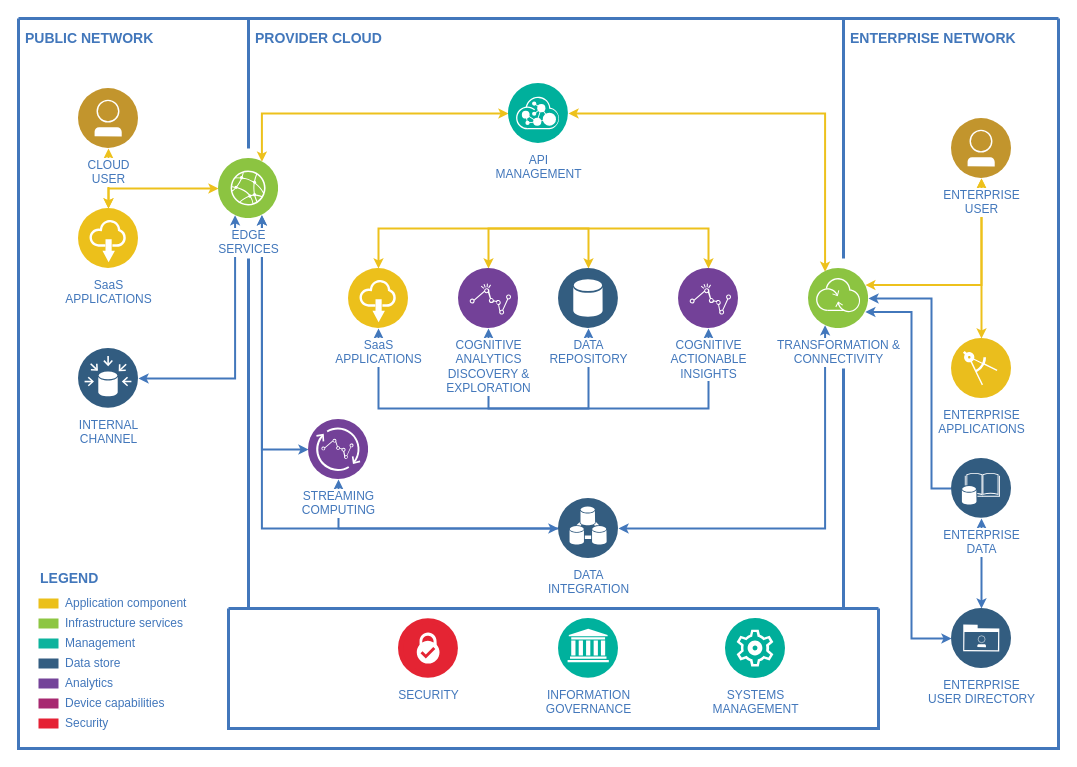
Before: craft/Untitled Diagram.drawio in feihu618/drawio, a draw.io diagram. Source tidied: cells renumbered, new cells numbered last; positions are measured from the earlier drawing's top-left corner, leaving out a move shared by most shapes. Both pictures are drawn from the tidied source at 100%, with x=0, y=0 at pixel (18, 18).
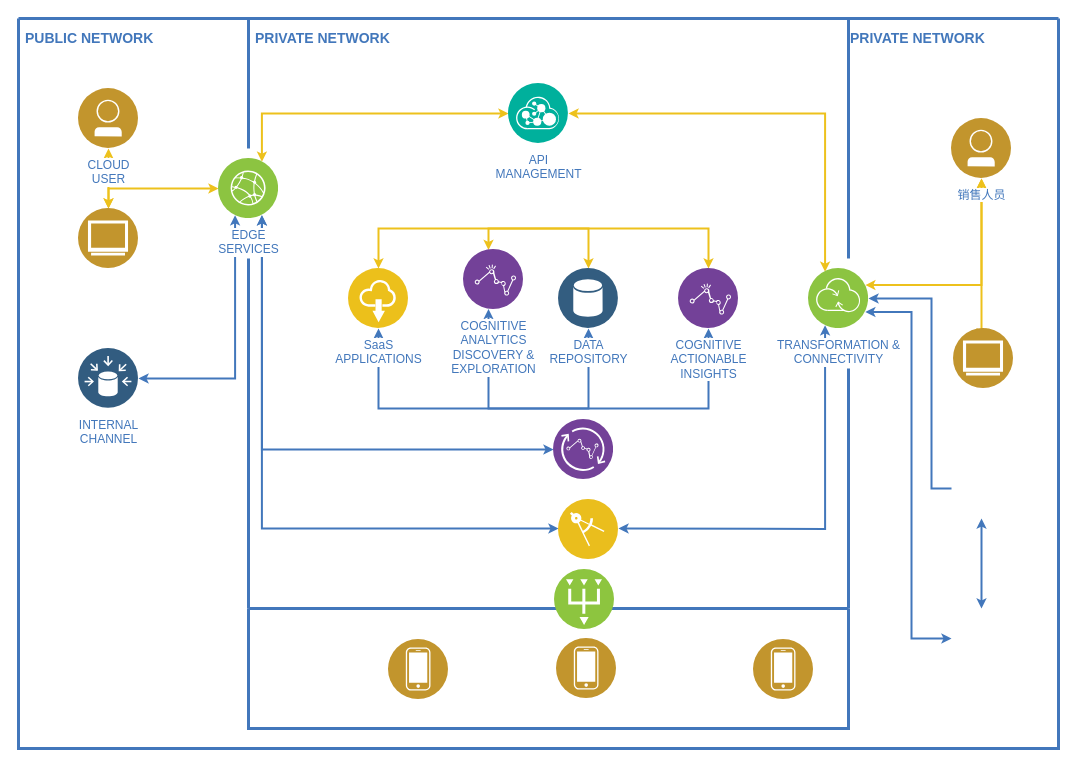
The same diagram, later.

Unchanged cells that the change refers to:
```xml
<mxCell id="2" style="swimlane;shadow=0;strokeColor=#4277BB;fillColor=#ffffff;fontColor=none;align=right;startSize=0;noLabel=1;strokeWidth=3;" parent="1" vertex="1">
  <mxGeometry width="1040" height="730" as="geometry" />
</mxCell>
<mxCell id="20" value="CLOUD&lt;div&gt;USER&lt;/div&gt;" style="perimeter=ellipsePerimeter;html=1;align=center;shadow=0;dashed=0;image;image=img/lib/ibm/users/user.svg;strokeColor=#FF0000;fillColor=#FFFF66;gradientColor=none;fontColor=#4277BB;labelBackgroundColor=#ffffff;fontSize=12;spacingTop=3;" parent="2" vertex="1">
  <mxGeometry x="60" y="70" width="60" height="60" as="geometry" />
</mxCell>
<mxCell id="24" value="EDGE&lt;div&gt;SERVICES&lt;/div&gt;" style="perimeter=ellipsePerimeter;html=1;align=center;shadow=0;dashed=0;image;image=img/lib/ibm/infrastructure/edge_services.svg;strokeColor=#FF0000;fillColor=#FFFF66;gradientColor=none;fontColor=#4277BB;labelBackgroundColor=#ffffff;spacingTop=3;" parent="2" vertex="1">
  <mxGeometry x="200" y="140" width="60" height="60" as="geometry" />
</mxCell>
<mxCell id="32" value="TRANSFORMATION &amp;amp;&lt;div&gt;CONNECTIVITY&lt;/div&gt;" style="perimeter=ellipsePerimeter;html=1;align=center;shadow=0;dashed=0;image;image=img/lib/ibm/infrastructure/transformation_connectivity.svg;strokeColor=#FF0000;fillColor=#FFFF66;gradientColor=none;fontColor=#4277BB;labelBackgroundColor=#ffffff;spacingTop=3;" parent="2" vertex="1">
  <mxGeometry x="790" y="250" width="60" height="60" as="geometry" />
</mxCell>
```

Diff of the diagram source:
```diff
@@
-    <mxCell id="3" style="edgeStyle=orthogonalEdgeStyle;rounded=0;html=1;labelBackgroundColor=#ffffff;jettySize=auto;strokeColor=#EDC11C;fontColor=#000000;startArrow=classic;startFill=1;strokeWidth=2;endSize=4;startSize=4;" parent="2" edge="1" source="20" target="22">
-      <mxGeometry relative="1" as="geometry" />
+    <mxCell id="3" style="edgeStyle=orthogonalEdgeStyle;rounded=0;html=1;labelBackgroundColor=#ffffff;jettySize=auto;strokeColor=#EDC11C;fontColor=#000000;startArrow=classic;startFill=1;strokeWidth=2;endSize=4;startSize=4;" parent="2" edge="1" source="20">
+      <mxGeometry relative="1" as="geometry">
+        <mxPoint x="90" y="190" as="targetPoint" />
+      </mxGeometry>
     </mxCell>
@@
-    <mxCell id="12" style="edgeStyle=orthogonalEdgeStyle;rounded=0;html=1;labelBackgroundColor=#ffffff;jettySize=auto;strokeColor=#4277BB;fontColor=#000000;entryX=0.75;entryY=1;strokeWidth=2;endSize=4;startSize=4;startArrow=classic;startFill=1;" parent="2" edge="1" source="31" target="24">
+    <mxCell id="12" style="edgeStyle=orthogonalEdgeStyle;rounded=0;html=1;labelBackgroundColor=#ffffff;jettySize=auto;strokeColor=#4277BB;fontColor=#000000;entryX=0.75;entryY=1;strokeWidth=2;endSize=4;startSize=4;startArrow=classic;startFill=1;" parent="2" edge="1" target="24">
       <mxGeometry relative="1" as="geometry">
+        <mxPoint x="540" y="510" as="sourcePoint" />
         <Array as="points">
           <mxPoint x="243" y="510" />
         </Array>
       </mxGeometry>
     </mxCell>
-    <mxCell id="13" style="edgeStyle=orthogonalEdgeStyle;rounded=0;html=1;entryX=0.25;entryY=1;labelBackgroundColor=#ffffff;jettySize=auto;strokeColor=#4277BB;fontColor=#000000;strokeWidth=2;endSize=4;startSize=4;startArrow=classic;startFill=1;" parent="2" edge="1" source="31" target="32">
-      <mxGeometry relative="1" as="geometry" />
+    <mxCell id="13" style="edgeStyle=orthogonalEdgeStyle;rounded=0;html=1;entryX=0.25;entryY=1;labelBackgroundColor=#ffffff;jettySize=auto;strokeColor=#4277BB;fontColor=#000000;strokeWidth=2;endSize=4;startSize=4;startArrow=classic;startFill=1;" parent="2" edge="1" target="32">
+      <mxGeometry relative="1" as="geometry">
+        <mxPoint x="600" y="510" as="sourcePoint" />
+      </mxGeometry>
     </mxCell>
-    <mxCell id="14" style="edgeStyle=orthogonalEdgeStyle;rounded=0;html=1;labelBackgroundColor=#ffffff;jettySize=auto;strokeColor=#EDC11C;fontColor=#000000;startArrow=classic;strokeWidth=2;endSize=4;startSize=4;" parent="2" edge="1" source="33" target="34">
-      <mxGeometry relative="1" as="geometry" />
+    <mxCell id="14" style="edgeStyle=orthogonalEdgeStyle;rounded=0;html=1;labelBackgroundColor=#ffffff;jettySize=auto;strokeColor=#EDC11C;fontColor=#000000;startArrow=classic;strokeWidth=2;endSize=4;startSize=4;" parent="2" edge="1" source="33">
+      <mxGeometry relative="1" as="geometry">
+        <mxPoint x="963" y="320" as="targetPoint" />
+      </mxGeometry>
     </mxCell>
@@
-    <mxCell id="16" style="edgeStyle=orthogonalEdgeStyle;rounded=0;html=1;entryX=1;entryY=0.5;labelBackgroundColor=#ffffff;jettySize=auto;strokeColor=#4277BB;fontColor=#000000;strokeWidth=2;endSize=4;startSize=4;" parent="2" edge="1" source="35" target="32">
+    <mxCell id="16" style="edgeStyle=orthogonalEdgeStyle;rounded=0;html=1;entryX=1;entryY=0.5;labelBackgroundColor=#ffffff;jettySize=auto;strokeColor=#4277BB;fontColor=#000000;strokeWidth=2;endSize=4;startSize=4;" parent="2" edge="1" target="32">
       <mxGeometry relative="1" as="geometry">
+        <mxPoint x="933" y="470" as="sourcePoint" />
         <Array as="points">
           <mxPoint x="913" y="470" />
           <mxPoint x="913" y="280" />
         </Array>
       </mxGeometry>
     </mxCell>
-    <mxCell id="17" style="edgeStyle=orthogonalEdgeStyle;rounded=0;html=1;labelBackgroundColor=#ffffff;jettySize=auto;strokeColor=#4277BB;fontColor=#000000;strokeWidth=2;endSize=4;startSize=4;startArrow=classic;startFill=1;" parent="2" edge="1" source="35" target="36">
-      <mxGeometry relative="1" as="geometry" />
+    <mxCell id="17" style="edgeStyle=orthogonalEdgeStyle;rounded=0;html=1;labelBackgroundColor=#ffffff;jettySize=auto;orthogonalLoop=1;strokeColor=#4277BB;fontColor=#000000;strokeWidth=2;endSize=4;startSize=4;startArrow=classic;startFill=1;" parent="2" edge="1">
+      <mxGeometry relative="1" as="geometry">
+        <mxPoint x="963" y="500" as="sourcePoint" />
+        <mxPoint x="963" y="590" as="targetPoint" />
+      </mxGeometry>
     </mxCell>
-    <mxCell id="18" style="edgeStyle=orthogonalEdgeStyle;rounded=0;html=1;entryX=1;entryY=0.75;labelBackgroundColor=#ffffff;jettySize=auto;strokeColor=#4277BB;fontColor=#000000;strokeWidth=2;endSize=4;startSize=4;startArrow=classic;startFill=1;" parent="2" edge="1" source="36" target="32">
+    <mxCell id="18" style="edgeStyle=orthogonalEdgeStyle;rounded=0;html=1;entryX=1;entryY=0.75;labelBackgroundColor=#ffffff;jettySize=auto;strokeColor=#4277BB;fontColor=#000000;strokeWidth=2;endSize=4;startSize=4;startArrow=classic;startFill=1;" parent="2" edge="1" target="32">
       <mxGeometry relative="1" as="geometry">
+        <mxPoint x="933" y="620" as="sourcePoint" />
         <Array as="points">
           <mxPoint x="893" y="620" />
           <mxPoint x="893" y="293" />
         </Array>
       </mxGeometry>
     </mxCell>
-    <mxCell id="19" style="edgeStyle=orthogonalEdgeStyle;rounded=0;html=1;labelBackgroundColor=#ffffff;jettySize=auto;strokeColor=#4277BB;fontSize=12;fontColor=#4277BB;strokeWidth=2;endSize=4;startSize=4;" parent="2" edge="1" source="31" target="30">
-      <mxGeometry relative="1" as="geometry" />
-    </mxCell>
@@
-    <mxCell id="21" style="edgeStyle=orthogonalEdgeStyle;rounded=0;html=1;labelBackgroundColor=#ffffff;startArrow=classic;startFill=1;startSize=4;endSize=4;jettySize=auto;strokeColor=#EDC11C;strokeWidth=2;fontSize=12;fontColor=#4277BB;" parent="2" edge="1" source="22" target="24">
+    <mxCell id="21" style="edgeStyle=orthogonalEdgeStyle;rounded=0;html=1;labelBackgroundColor=#ffffff;startArrow=classic;startFill=1;startSize=4;endSize=4;jettySize=auto;strokeColor=#EDC11C;strokeWidth=2;fontSize=12;fontColor=#4277BB;" parent="2" edge="1" target="24">
       <mxGeometry relative="1" as="geometry">
+        <mxPoint x="90" y="190" as="sourcePoint" />
         <Array as="points">
           <mxPoint x="90" y="170" />
         </Array>
       </mxGeometry>
     </mxCell>
-    <mxCell id="22" value="SaaS&lt;div&gt;APPLICATIONS&lt;/div&gt;" style="perimeter=ellipsePerimeter;html=1;align=center;shadow=0;dashed=0;image;image=img/lib/ibm/applications/saas_applications.svg;strokeColor=#FF0000;fillColor=#FFFF66;gradientColor=none;fontColor=#4277BB;labelBackgroundColor=#ffffff;spacingTop=3;" parent="2" vertex="1">
-      <mxGeometry x="60" y="190" width="60" height="60" as="geometry" />
-    </mxCell>
@@
     <mxCell id="27" value="COGNITIVE&lt;div&gt;ANALYTICS&lt;/div&gt;&lt;div&gt;DISCOVERY &amp;amp;&lt;/div&gt;&lt;div&gt;EXPLORATION&lt;/div&gt;" style="perimeter=ellipsePerimeter;html=1;align=center;shadow=0;dashed=0;image;image=img/lib/ibm/analytics/analytics.svg;strokeColor=#FF0000;fillColor=#FFFF66;gradientColor=none;fontColor=#4277BB;labelBackgroundColor=#ffffff;spacingTop=3;" parent="2" vertex="1">
-      <mxGeometry x="440" y="250" width="60" height="60" as="geometry" />
+      <mxGeometry x="445" y="231" width="60" height="60" as="geometry" />
     </mxCell>
@@
-    <mxCell id="30" value="STREAMING&lt;div&gt;COMPUTING&lt;/div&gt;" style="perimeter=ellipsePerimeter;html=1;align=center;shadow=0;dashed=0;image;image=img/lib/ibm/analytics/streaming_computing.svg;strokeColor=#FF0000;fillColor=#FFFF66;gradientColor=none;fontColor=#4277BB;labelBackgroundColor=#ffffff;spacingTop=3;" parent="2" vertex="1">
-      <mxGeometry x="290" y="401" width="60" height="60" as="geometry" />
+    <mxCell id="30" style="perimeter=ellipsePerimeter;html=1;align=center;shadow=0;dashed=0;image;image=img/lib/ibm/analytics/streaming_computing.svg;strokeColor=#FF0000;fillColor=#FFFF66;gradientColor=none;fontColor=#4277BB;labelBackgroundColor=#ffffff;spacingTop=3;" parent="2" vertex="1">
+      <mxGeometry x="535" y="401" width="60" height="60" as="geometry" />
     </mxCell>
-    <mxCell id="31" value="DATA&lt;div&gt;INTEGRATION&lt;/div&gt;" style="perimeter=ellipsePerimeter;html=1;align=center;shadow=0;dashed=0;image;image=img/lib/ibm/data/device_registry.svg;strokeColor=#FF0000;fillColor=#FFFF66;gradientColor=none;fontColor=#4277BB;labelBackgroundColor=#ffffff;spacingTop=3;" parent="2" vertex="1">
-      <mxGeometry x="540" y="480" width="60" height="60" as="geometry" />
-    </mxCell>
@@
-    <mxCell id="33" value="ENTERPRISE&lt;div&gt;USER&lt;/div&gt;" style="perimeter=ellipsePerimeter;html=1;align=center;shadow=0;dashed=0;image;image=img/lib/ibm/users/user.svg;strokeColor=#FF0000;fillColor=#FFFF66;gradientColor=none;fontColor=#4277BB;labelBackgroundColor=#ffffff;spacingTop=3;" parent="2" vertex="1">
+    <mxCell id="33" value="销售人员" style="perimeter=ellipsePerimeter;html=1;align=center;shadow=0;dashed=0;image;image=img/lib/ibm/users/user.svg;strokeColor=#FF0000;fillColor=#FFFF66;gradientColor=none;fontColor=#4277BB;labelBackgroundColor=#ffffff;spacingTop=3;" parent="2" vertex="1">
       <mxGeometry x="933" y="100" width="60" height="60" as="geometry" />
     </mxCell>
-    <mxCell id="34" value="ENTERPRISE&lt;div&gt;APPLICATIONS&lt;/div&gt;" style="perimeter=ellipsePerimeter;html=1;align=center;shadow=0;dashed=0;image;image=img/lib/ibm/applications/enterprise_applications.svg;strokeColor=#FF0000;fillColor=#FFFF66;gradientColor=none;fontColor=#4277BB;labelBackgroundColor=#ffffff;spacingTop=3;" parent="2" vertex="1">
-      <mxGeometry x="933" y="320" width="60" height="60" as="geometry" />
-    </mxCell>
-    <mxCell id="35" value="ENTERPRISE&lt;div&gt;DATA&lt;/div&gt;" style="perimeter=ellipsePerimeter;html=1;align=center;shadow=0;dashed=0;image;image=img/lib/ibm/data/enterprise_data.svg;strokeColor=#FF0000;fillColor=#FFFF66;gradientColor=none;fontColor=#4277BB;labelBackgroundColor=#ffffff;spacingTop=3;" parent="2" vertex="1">
-      <mxGeometry x="933" y="440" width="60" height="60" as="geometry" />
-    </mxCell>
-    <mxCell id="36" value="ENTERPRISE&lt;div&gt;USER DIRECTORY&lt;/div&gt;" style="perimeter=ellipsePerimeter;html=1;align=center;shadow=0;dashed=0;image;image=img/lib/ibm/data/enterprise_user_directory.svg;strokeColor=#FF0000;fillColor=#FFFF66;gradientColor=none;fontColor=#4277BB;labelBackgroundColor=#ffffff;spacingTop=3;" parent="2" vertex="1">
-      <mxGeometry x="933" y="590" width="60" height="60" as="geometry" />
-    </mxCell>
     <mxCell id="37" style="swimlane;shadow=0;labelBackgroundColor=#007FFF;strokeColor=#4277BB;fillColor=none;gradientColor=none;fontColor=#000000;align=right;startSize=0;strokeWidth=3;" parent="2" vertex="1">
-      <mxGeometry x="210" y="590" width="650" height="120" as="geometry" />
+      <mxGeometry x="230" y="590" width="600" height="120" as="geometry" />
     </mxCell>
-    <mxCell id="38" value="SECURITY" style="perimeter=ellipsePerimeter;html=1;align=center;shadow=0;dashed=0;image;image=img/lib/ibm/blockchain/certificate_authority.svg;strokeColor=#FF0000;fillColor=#FFFF66;gradientColor=none;fontColor=#4277BB;labelBackgroundColor=#ffffff;spacingTop=3;" parent="37" vertex="1">
-      <mxGeometry x="170" y="10" width="60" height="60" as="geometry" />
-    </mxCell>
-    <mxCell id="39" value="INFORMATION&lt;div&gt;GOVERNANCE&lt;/div&gt;" style="perimeter=ellipsePerimeter;html=1;align=center;shadow=0;dashed=0;image;image=img/lib/ibm/management/information_governance.svg;strokeColor=#FF0000;fillColor=#FFFF66;gradientColor=none;fontColor=#4277BB;labelBackgroundColor=#ffffff;spacingTop=3;" parent="37" vertex="1">
-      <mxGeometry x="330" y="10" width="60" height="60" as="geometry" />
-    </mxCell>
-    <mxCell id="40" value="SYSTEMS&lt;div&gt;MANAGEMENT&lt;/div&gt;" style="perimeter=ellipsePerimeter;html=1;align=center;shadow=0;dashed=0;image;image=img/lib/ibm/management/cluster_management.svg;strokeColor=#FF0000;fillColor=#FFFF66;gradientColor=none;fontColor=#4277BB;labelBackgroundColor=#ffffff;spacingTop=3;" parent="37" vertex="1">
-      <mxGeometry x="497" y="10" width="60" height="60" as="geometry" />
-    </mxCell>
+    <mxCell id="56" style="perimeter=ellipsePerimeter;html=1;align=center;shadow=0;dashed=0;fontColor=#4277BB;labelBackgroundColor=#ffffff;fontSize=12;spacingTop=3;image;image=img/lib/ibm/users/device.svg;" parent="37" vertex="1">
+      <mxGeometry x="140" y="31" width="60" height="60" as="geometry" />
+    </mxCell>
+    <mxCell id="57" style="perimeter=ellipsePerimeter;html=1;align=center;shadow=0;dashed=0;fontColor=#4277BB;labelBackgroundColor=#ffffff;fontSize=12;spacingTop=3;image;image=img/lib/ibm/users/device.svg;" parent="37" vertex="1">
+      <mxGeometry x="308" y="30" width="60" height="60" as="geometry" />
+    </mxCell>
+    <mxCell id="58" style="perimeter=ellipsePerimeter;html=1;align=center;shadow=0;dashed=0;fontColor=#4277BB;labelBackgroundColor=#ffffff;fontSize=12;spacingTop=3;image;image=img/lib/ibm/users/device.svg;" parent="37" vertex="1">
+      <mxGeometry x="505" y="31" width="60" height="60" as="geometry" />
+    </mxCell>
@@
     <mxCell id="44" style="line;strokeWidth=3;direction=south;html=1;shadow=0;labelBackgroundColor=none;fillColor=none;gradientColor=none;fontSize=12;fontColor=#4277BB;align=right;strokeColor=#4277BB;" parent="2" vertex="1">
-      <mxGeometry x="820" y="350" width="10" height="240" as="geometry" />
+      <mxGeometry x="825" y="350" width="10" height="240" as="geometry" />
     </mxCell>
     <mxCell id="45" style="line;strokeWidth=3;direction=south;html=1;shadow=0;labelBackgroundColor=none;fillColor=none;gradientColor=none;fontSize=12;fontColor=#4277BB;align=right;strokeColor=#4277BB;" parent="2" vertex="1">
-      <mxGeometry x="820" width="10" height="240" as="geometry" />
+      <mxGeometry x="825" width="10" height="240" as="geometry" />
     </mxCell>
-    <mxCell id="46" value="PROVIDER CLOUD" style="text;html=1;align=left;verticalAlign=middle;fontColor=#4277BB;shadow=0;dashed=0;strokeColor=none;fillColor=none;labelBackgroundColor=none;fontStyle=1;fontSize=14;spacingLeft=5;" parent="2" vertex="1">
+    <mxCell id="46" value="PRIVATE NETWORK" style="text;html=1;align=left;verticalAlign=middle;fontColor=#4277BB;shadow=0;dashed=0;strokeColor=none;fillColor=none;labelBackgroundColor=none;fontStyle=1;fontSize=14;spacingLeft=5;" parent="2" vertex="1">
       <mxGeometry x="230" y="10" width="150" height="20" as="geometry" />
     </mxCell>
-    <mxCell id="47" value="ENTERPRISE NETWORK" style="text;html=1;align=left;verticalAlign=middle;fontColor=#4277BB;shadow=0;dashed=0;strokeColor=none;fillColor=none;labelBackgroundColor=none;fontStyle=1;fontSize=14;spacingLeft=5;" parent="2" vertex="1">
+    <mxCell id="47" value="PRIVATE NETWORK" style="text;html=1;align=left;verticalAlign=middle;fontColor=#4277BB;shadow=0;dashed=0;strokeColor=none;fillColor=none;labelBackgroundColor=none;fontStyle=1;fontSize=14;spacingLeft=5;" parent="2" vertex="1">
       <mxGeometry x="825" y="10" width="185" height="20" as="geometry" />
     </mxCell>
-    <mxCell id="48" value="Application component" style="rounded=0;html=1;shadow=0;labelBackgroundColor=none;strokeColor=none;strokeWidth=2;fillColor=#EBC01A;gradientColor=none;fontSize=12;fontColor=#4277BB;align=left;labelPosition=right;verticalLabelPosition=middle;verticalAlign=middle;spacingLeft=5;" parent="2" vertex="1">
-      <mxGeometry x="20" y="580" width="20" height="10" as="geometry" />
-    </mxCell>
-    <mxCell id="49" value="Infrastructure services" style="rounded=0;html=1;shadow=0;labelBackgroundColor=none;strokeColor=none;strokeWidth=2;fillColor=#8DC642;gradientColor=none;fontSize=12;fontColor=#4277BB;align=left;labelPosition=right;verticalLabelPosition=middle;verticalAlign=middle;spacingLeft=5;" parent="2" vertex="1">
-      <mxGeometry x="20" y="600" width="20" height="10" as="geometry" />
-    </mxCell>
-    <mxCell id="50" value="Management" style="rounded=0;html=1;shadow=0;labelBackgroundColor=none;strokeColor=none;strokeWidth=2;fillColor=#0DB39D;gradientColor=none;fontSize=12;fontColor=#4277BB;align=left;labelPosition=right;verticalLabelPosition=middle;verticalAlign=middle;spacingLeft=5;" parent="2" vertex="1">
-      <mxGeometry x="20" y="620" width="20" height="10" as="geometry" />
-    </mxCell>
-    <mxCell id="51" value="Data store" style="rounded=0;html=1;shadow=0;labelBackgroundColor=none;strokeColor=none;strokeWidth=2;fillColor=#335D81;gradientColor=none;fontSize=12;fontColor=#4277BB;align=left;labelPosition=right;verticalLabelPosition=middle;verticalAlign=middle;spacingLeft=5;" parent="2" vertex="1">
-      <mxGeometry x="20" y="640" width="20" height="10" as="geometry" />
-    </mxCell>
-    <mxCell id="52" value="Analytics" style="rounded=0;html=1;shadow=0;labelBackgroundColor=none;strokeColor=none;strokeWidth=2;fillColor=#744399;gradientColor=none;fontSize=12;fontColor=#4277BB;align=left;labelPosition=right;verticalLabelPosition=middle;verticalAlign=middle;spacingLeft=5;" parent="2" vertex="1">
-      <mxGeometry x="20" y="660" width="20" height="10" as="geometry" />
-    </mxCell>
-    <mxCell id="53" value="Device capabilities" style="rounded=0;html=1;shadow=0;labelBackgroundColor=none;strokeColor=none;strokeWidth=2;fillColor=#A72870;gradientColor=none;fontSize=12;fontColor=#4277BB;align=left;labelPosition=right;verticalLabelPosition=middle;verticalAlign=middle;spacingLeft=5;" parent="2" vertex="1">
-      <mxGeometry x="20" y="680" width="20" height="10" as="geometry" />
-    </mxCell>
-    <mxCell id="54" value="Security" style="rounded=0;html=1;shadow=0;labelBackgroundColor=none;strokeColor=none;strokeWidth=2;fillColor=#E52134;gradientColor=none;fontSize=12;fontColor=#4277BB;align=left;labelPosition=right;verticalLabelPosition=middle;verticalAlign=middle;spacingLeft=5;" parent="2" vertex="1">
-      <mxGeometry x="20" y="700" width="20" height="10" as="geometry" />
-    </mxCell>
-    <mxCell id="55" value="LEGEND" style="text;html=1;align=left;verticalAlign=middle;fontColor=#4277BB;shadow=0;dashed=0;strokeColor=none;fillColor=none;labelBackgroundColor=none;fontStyle=1;fontSize=14;spacingLeft=0;" parent="2" vertex="1">
-      <mxGeometry x="20" y="550" width="150" height="20" as="geometry" />
-    </mxCell>
+    <mxCell id="59" style="perimeter=ellipsePerimeter;html=1;align=center;shadow=0;dashed=0;fontColor=#4277BB;labelBackgroundColor=#ffffff;fontSize=12;spacingTop=3;image;image=img/lib/ibm/vpc/PublicGateway.svg;direction=south;" parent="2" vertex="1">
+      <mxGeometry x="535" y="551" width="60" height="60" as="geometry" />
+    </mxCell>
+    <mxCell id="60" style="perimeter=ellipsePerimeter;html=1;align=center;shadow=0;dashed=0;fontColor=#4277BB;labelBackgroundColor=#ffffff;fontSize=12;spacingTop=3;image;image=img/lib/ibm/applications/enterprise_applications.svg;" parent="2" vertex="1">
+      <mxGeometry x="540" y="481" width="60" height="60" as="geometry" />
+    </mxCell>
+    <mxCell id="61" style="perimeter=ellipsePerimeter;html=1;align=center;shadow=0;dashed=0;fontColor=#4277BB;labelBackgroundColor=#ffffff;fontSize=12;spacingTop=3;image;image=img/lib/ibm/users/browser.svg;" parent="2" vertex="1">
+      <mxGeometry x="60" y="190" width="60" height="60" as="geometry" />
+    </mxCell>
+    <mxCell id="62" style="perimeter=ellipsePerimeter;html=1;align=center;shadow=0;dashed=0;fontColor=#4277BB;labelBackgroundColor=#ffffff;fontSize=12;spacingTop=3;image;image=img/lib/ibm/users/browser.svg;" parent="2" vertex="1">
+      <mxGeometry x="935" y="310" width="60" height="60" as="geometry" />
+    </mxCell>
```
